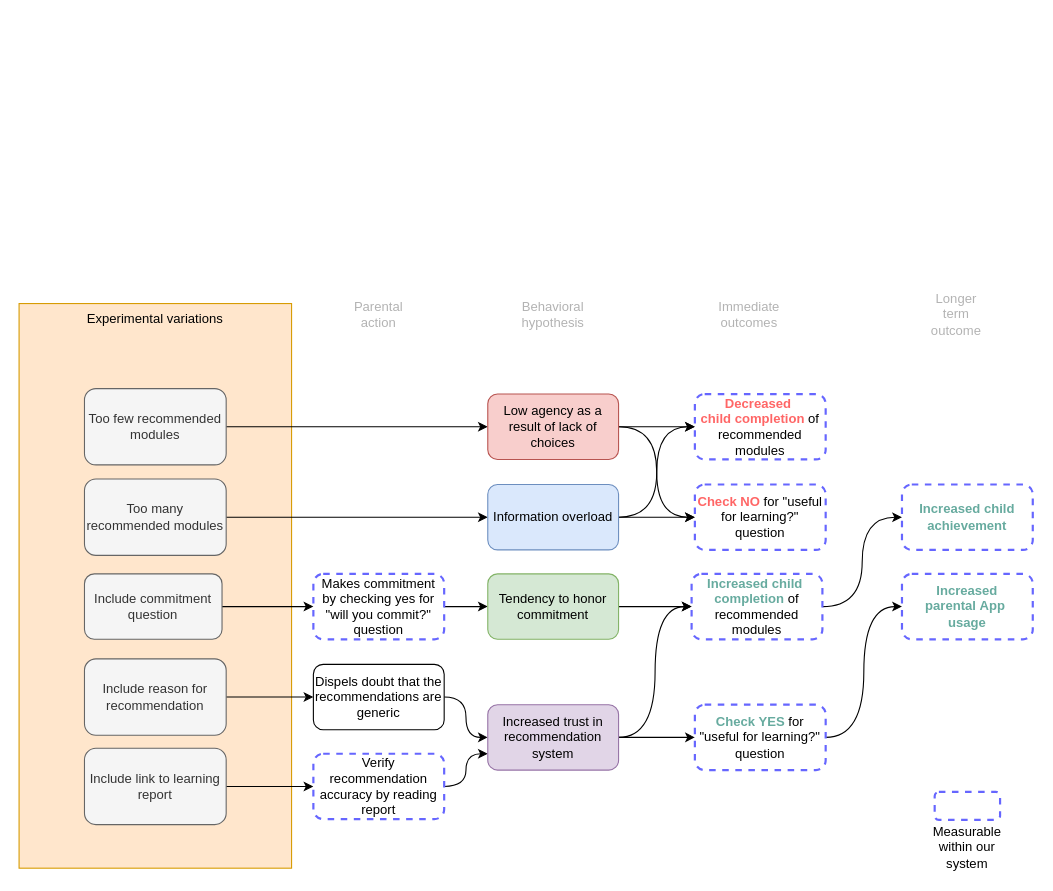
This is parent_nudge_mechanism_overall.drawio from henrishi/drawio, a draw.io file, before an edit. Source tidied: cells renumbered, new cells numbered last; positions are measured from the earlier drawing's top-left corner, leaving out a move shared by most shapes. Both pictures are drawn from the tidied source at 109%, with x=0, y=0 at pixel (19, 303).
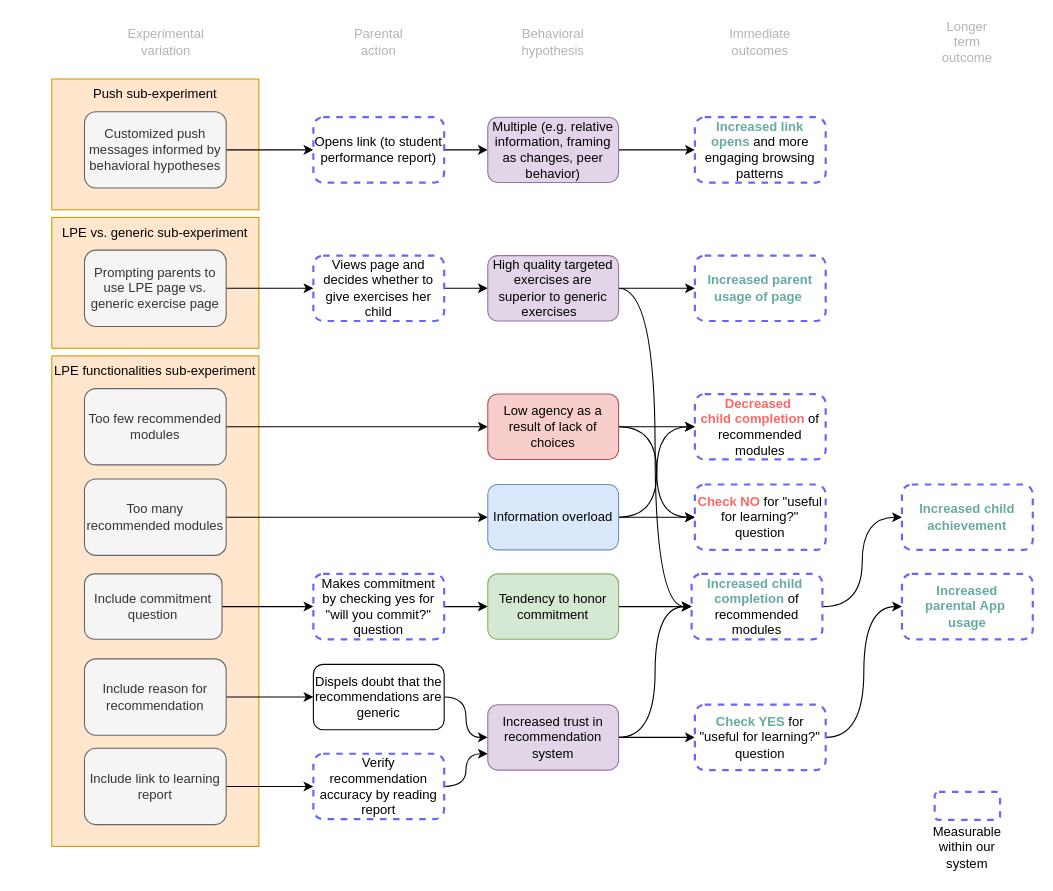
The same page after the edit.

Unchanged cells that the change refers to:
```xml
<mxCell id="30" value="&lt;font color=&quot;#67ab9f&quot;&gt;&lt;b&gt;Increased&lt;/b&gt;&amp;nbsp;&lt;b&gt;child&amp;nbsp;&lt;br&gt;completion&lt;/b&gt;&lt;/font&gt;&amp;nbsp;of recommended modules" style="rounded=1;whiteSpace=wrap;html=1;dashed=1;strokeWidth=2;strokeColor=#6666FF;" parent="1" vertex="1">
  <mxGeometry x="617" y="248" width="120" height="60" as="geometry" />
</mxCell>
```

The edit, as a diff of the source:
```diff
@@
-    <mxCell id="2" value="Experimental variations" style="rounded=0;whiteSpace=wrap;html=1;strokeWidth=1;verticalAlign=top;fillColor=#ffe6cc;strokeColor=#d79b00;" parent="1" vertex="1">
-      <mxGeometry width="250" height="518" as="geometry" />
+    <mxCell id="2" value="LPE functionalities sub-experiment" style="rounded=0;whiteSpace=wrap;html=1;strokeWidth=1;verticalAlign=top;fillColor=#ffe6cc;strokeColor=#d79b00;" parent="1" vertex="1">
+      <mxGeometry x="30" y="48" width="190" height="450" as="geometry" />
     </mxCell>
@@
     <mxCell id="40" value="Behavioral hypothesis" style="text;html=1;strokeColor=none;fillColor=none;align=center;verticalAlign=middle;whiteSpace=wrap;rounded=0;fontColor=#B3B3B3;" parent="1" vertex="1">
-      <mxGeometry x="470" width="40" height="20" as="geometry" />
+      <mxGeometry x="470" y="-250" width="40" height="20" as="geometry" />
     </mxCell>
     <mxCell id="41" value="Parental action" style="text;html=1;strokeColor=none;fillColor=none;align=center;verticalAlign=middle;whiteSpace=wrap;rounded=0;fontColor=#B3B3B3;" parent="1" vertex="1">
-      <mxGeometry x="310" width="40" height="20" as="geometry" />
+      <mxGeometry x="310" y="-250" width="40" height="20" as="geometry" />
     </mxCell>
     <mxCell id="42" value="Immediate outcomes" style="text;html=1;strokeColor=none;fillColor=none;align=center;verticalAlign=middle;whiteSpace=wrap;rounded=0;fontColor=#B3B3B3;" parent="1" vertex="1">
-      <mxGeometry x="650" width="40" height="20" as="geometry" />
+      <mxGeometry x="660" y="-250" width="40" height="20" as="geometry" />
     </mxCell>
     <mxCell id="43" value="Longer term outcome" style="text;html=1;strokeColor=none;fillColor=none;align=center;verticalAlign=middle;whiteSpace=wrap;rounded=0;fontColor=#B3B3B3;" parent="1" vertex="1">
-      <mxGeometry x="840" width="40" height="20" as="geometry" />
+      <mxGeometry x="850" y="-250" width="40" height="20" as="geometry" />
     </mxCell>
@@
+    <mxCell id="45" value="Experimental variation" style="text;html=1;strokeColor=none;fillColor=none;align=center;verticalAlign=middle;whiteSpace=wrap;rounded=0;fontColor=#B3B3B3;" parent="1" vertex="1">
+      <mxGeometry x="115" y="-250" width="40" height="20" as="geometry" />
+    </mxCell>
+    <mxCell id="46" value="Push sub-experiment" style="rounded=0;whiteSpace=wrap;html=1;strokeWidth=1;verticalAlign=top;fillColor=#ffe6cc;strokeColor=#d79b00;" parent="1" vertex="1">
+      <mxGeometry x="30" y="-206" width="190" height="120" as="geometry" />
+    </mxCell>
+    <mxCell id="47" style="edgeStyle=orthogonalEdgeStyle;rounded=0;jettySize=auto;html=1;exitX=1;exitY=0.5;exitDx=0;exitDy=0;entryX=0;entryY=0.5;entryDx=0;entryDy=0;" parent="1" edge="1" source="48" target="50">
+      <mxGeometry relative="1" as="geometry" />
+    </mxCell>
+    <mxCell id="48" value="Customized push messages informed by behavioral hypotheses" style="rounded=1;whiteSpace=wrap;html=1;fillColor=#f5f5f5;strokeWidth=1;strokeColor=#666666;fontColor=#333333;" parent="1" vertex="1">
+      <mxGeometry x="60" y="-176" width="130" height="70" as="geometry" />
+    </mxCell>
+    <mxCell id="49" style="edgeStyle=orthogonalEdgeStyle;rounded=0;jettySize=auto;html=1;exitX=1;exitY=0.5;exitDx=0;exitDy=0;entryX=0;entryY=0.5;entryDx=0;entryDy=0;" parent="1" edge="1" source="50" target="52">
+      <mxGeometry relative="1" as="geometry" />
+    </mxCell>
+    <mxCell id="50" value="Opens link (to student performance report)" style="rounded=1;whiteSpace=wrap;html=1;dashed=1;strokeWidth=2;strokeColor=#6666FF;fillColor=none;" parent="1" vertex="1">
+      <mxGeometry x="270" y="-171" width="120" height="60" as="geometry" />
+    </mxCell>
+    <mxCell id="51" style="edgeStyle=orthogonalEdgeStyle;rounded=0;jettySize=auto;html=1;exitX=1;exitY=0.5;exitDx=0;exitDy=0;entryX=0;entryY=0.5;entryDx=0;entryDy=0;" parent="1" edge="1" source="52" target="53">
+      <mxGeometry relative="1" as="geometry" />
+    </mxCell>
+    <mxCell id="52" value="&lt;span&gt;Multiple (e.g. relative information, framing as changes, peer behavior)&lt;/span&gt;" style="rounded=1;whiteSpace=wrap;html=1;strokeColor=#9673a6;strokeWidth=1;fillColor=#e1d5e7;" parent="1" vertex="1">
+      <mxGeometry x="430" y="-171" width="120" height="60" as="geometry" />
+    </mxCell>
+    <mxCell id="53" value="&lt;b&gt;&lt;font color=&quot;#67ab9f&quot;&gt;Increased link opens&lt;/font&gt;&lt;/b&gt; and more engaging browsing patterns" style="rounded=1;whiteSpace=wrap;html=1;dashed=1;strokeWidth=2;strokeColor=#6666FF;fillColor=none;" parent="1" vertex="1">
+      <mxGeometry x="620" y="-171" width="120" height="60" as="geometry" />
+    </mxCell>
+    <mxCell id="54" value="LPE vs. generic sub-experiment" style="rounded=0;whiteSpace=wrap;html=1;strokeWidth=1;verticalAlign=top;fillColor=#ffe6cc;strokeColor=#d79b00;" parent="1" vertex="1">
+      <mxGeometry x="30" y="-79" width="190" height="120" as="geometry" />
+    </mxCell>
+    <mxCell id="55" style="edgeStyle=orthogonalEdgeStyle;rounded=0;jettySize=auto;html=1;exitX=1;exitY=0.5;exitDx=0;exitDy=0;entryX=0;entryY=0.5;entryDx=0;entryDy=0;" parent="1" edge="1" source="56" target="58">
+      <mxGeometry relative="1" as="geometry" />
+    </mxCell>
+    <mxCell id="56" value="Prompting parents to use LPE page vs. generic exercise page" style="rounded=1;whiteSpace=wrap;html=1;fillColor=#f5f5f5;strokeWidth=1;strokeColor=#666666;fontColor=#333333;" parent="1" vertex="1">
+      <mxGeometry x="60" y="-49" width="130" height="70" as="geometry" />
+    </mxCell>
+    <mxCell id="57" style="edgeStyle=orthogonalEdgeStyle;rounded=0;jettySize=auto;html=1;exitX=1;exitY=0.5;exitDx=0;exitDy=0;entryX=0;entryY=0.5;entryDx=0;entryDy=0;" parent="1" edge="1" source="58" target="61">
+      <mxGeometry relative="1" as="geometry" />
+    </mxCell>
+    <mxCell id="58" value="Views page and decides whether to give exercises her child" style="rounded=1;whiteSpace=wrap;html=1;dashed=1;strokeWidth=2;strokeColor=#6666FF;fillColor=none;" parent="1" vertex="1">
+      <mxGeometry x="270" y="-44" width="120" height="60" as="geometry" />
+    </mxCell>
+    <mxCell id="59" style="edgeStyle=orthogonalEdgeStyle;rounded=0;jettySize=auto;html=1;exitX=1;exitY=0.5;exitDx=0;exitDy=0;entryX=0;entryY=0.5;entryDx=0;entryDy=0;" parent="1" edge="1" source="61" target="62">
+      <mxGeometry relative="1" as="geometry" />
+    </mxCell>
+    <mxCell id="60" style="edgeStyle=orthogonalEdgeStyle;rounded=0;jettySize=auto;html=1;exitX=1;exitY=0.5;exitDx=0;exitDy=0;entryX=0;entryY=0.5;entryDx=0;entryDy=0;curved=1;" parent="1" edge="1" source="61" target="30">
+      <mxGeometry relative="1" as="geometry" />
+    </mxCell>
+    <mxCell id="61" value="&lt;span&gt;High quality targeted exercises are superior to generic exercises&amp;nbsp;&amp;nbsp;&lt;/span&gt;" style="rounded=1;whiteSpace=wrap;html=1;strokeColor=#9673a6;strokeWidth=1;fillColor=#e1d5e7;" parent="1" vertex="1">
+      <mxGeometry x="430" y="-44" width="120" height="60" as="geometry" />
+    </mxCell>
+    <mxCell id="62" value="&lt;b&gt;&lt;font color=&quot;#67ab9f&quot;&gt;Increased parent usage of page&amp;nbsp;&lt;/font&gt;&lt;/b&gt;" style="rounded=1;whiteSpace=wrap;html=1;dashed=1;strokeWidth=2;strokeColor=#6666FF;fillColor=none;" parent="1" vertex="1">
+      <mxGeometry x="620" y="-44" width="120" height="60" as="geometry" />
+    </mxCell>
```
